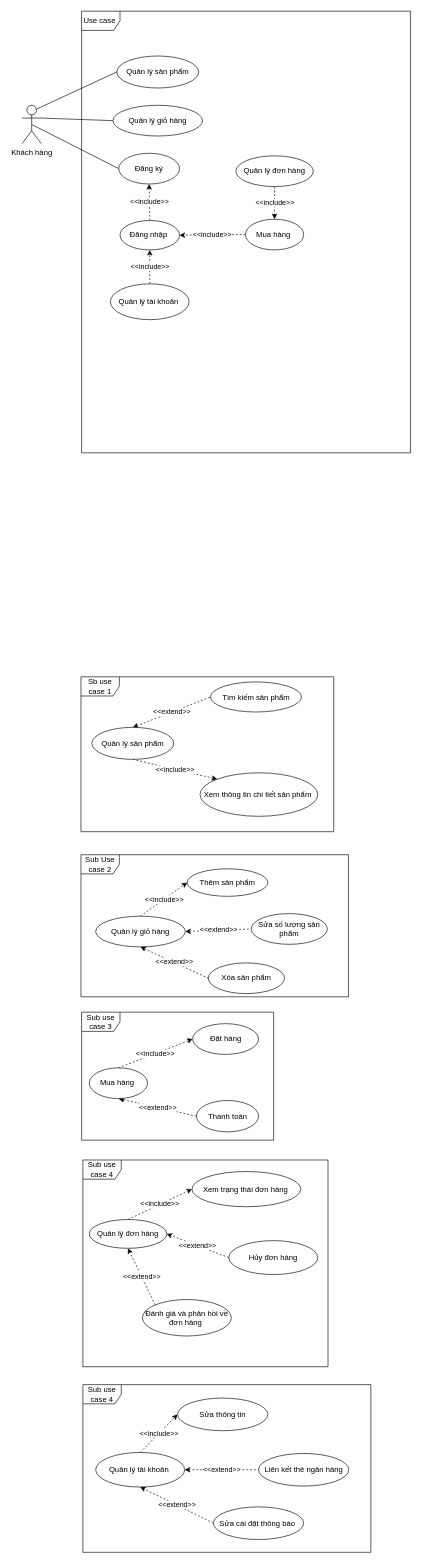
The draw.io diagram CMC/Nháp.drawio in tranthihuong-753/test, before the edit. Source tidied: cells renumbered, new cells numbered last; positions are measured from the earlier drawing's top-left corner, leaving out a move shared by most shapes. Both pictures are drawn from the tidied source at 64%, with x=0, y=0 at pixel (22, 11).
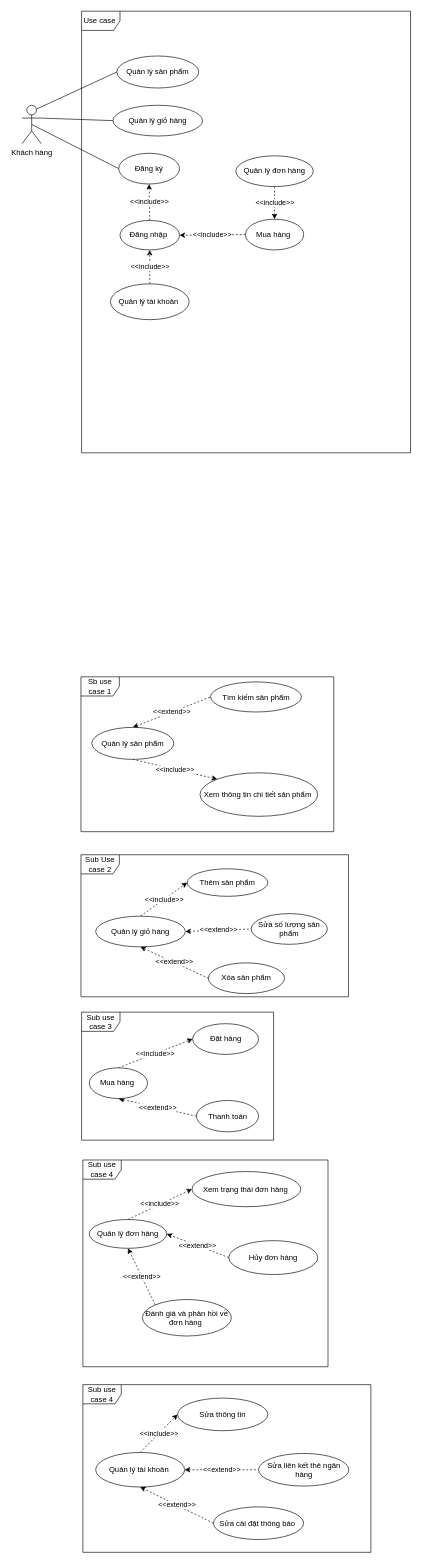
The same diagram, later.

Commit message:
ĐACN use case

Change to the diagram source:
```diff
@@
-    <mxCell id="51" value="Liên kết thẻ ngân hàng" style="ellipse;whiteSpace=wrap;html=1;" parent="1" vertex="1">
+    <mxCell id="51" value="Sửa liên kết thẻ ngân hàng" style="ellipse;whiteSpace=wrap;html=1;" parent="1" vertex="1">
       <mxGeometry x="369.5" y="2253.5" width="141" height="51" as="geometry" />
     </mxCell>
```
